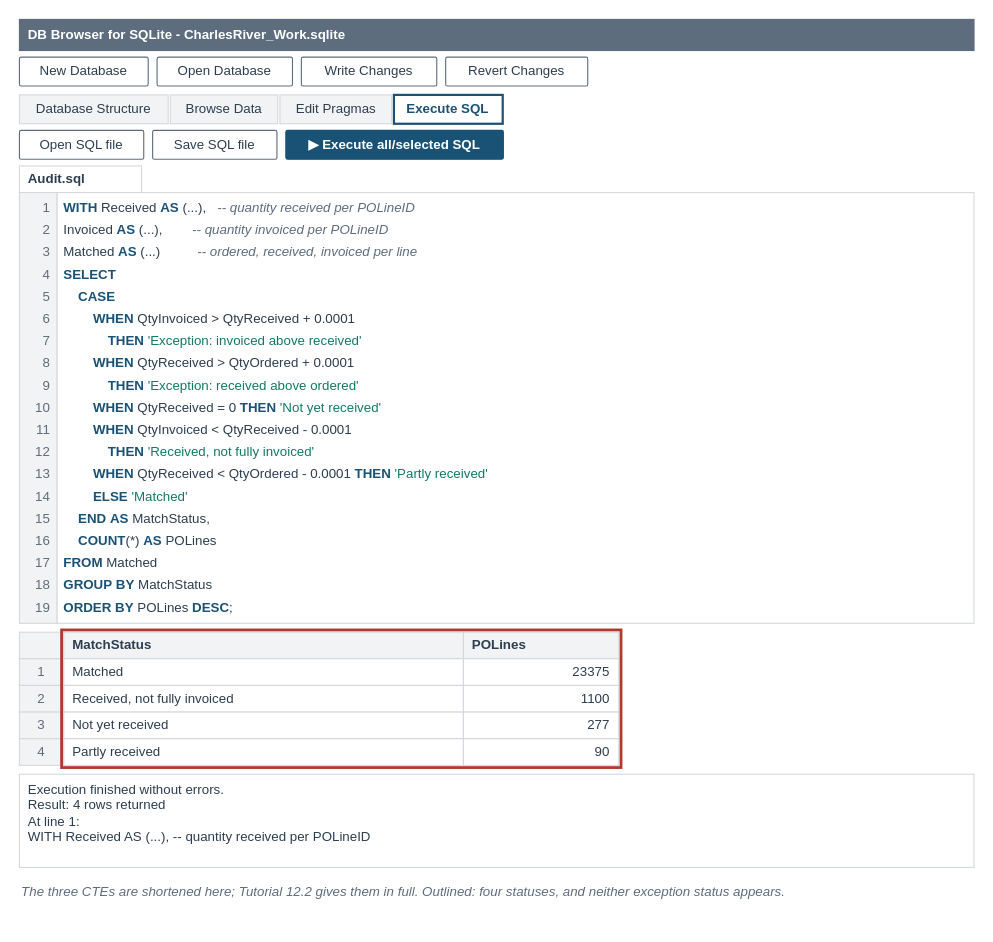
mmcodesso/Accounting_Analytics_Book keeps this draw.io diagram as visuals/src/fig-12-04-three-way-match-status.drawio. Above is the earlier version. Source tidied: cells renumbered, new cells numbered last; positions are measured from the earlier drawing's top-left corner, leaving out a move shared by most shapes. Both pictures are drawn from the tidied source at 111%, with x=0, y=0 at pixel (19, 19).
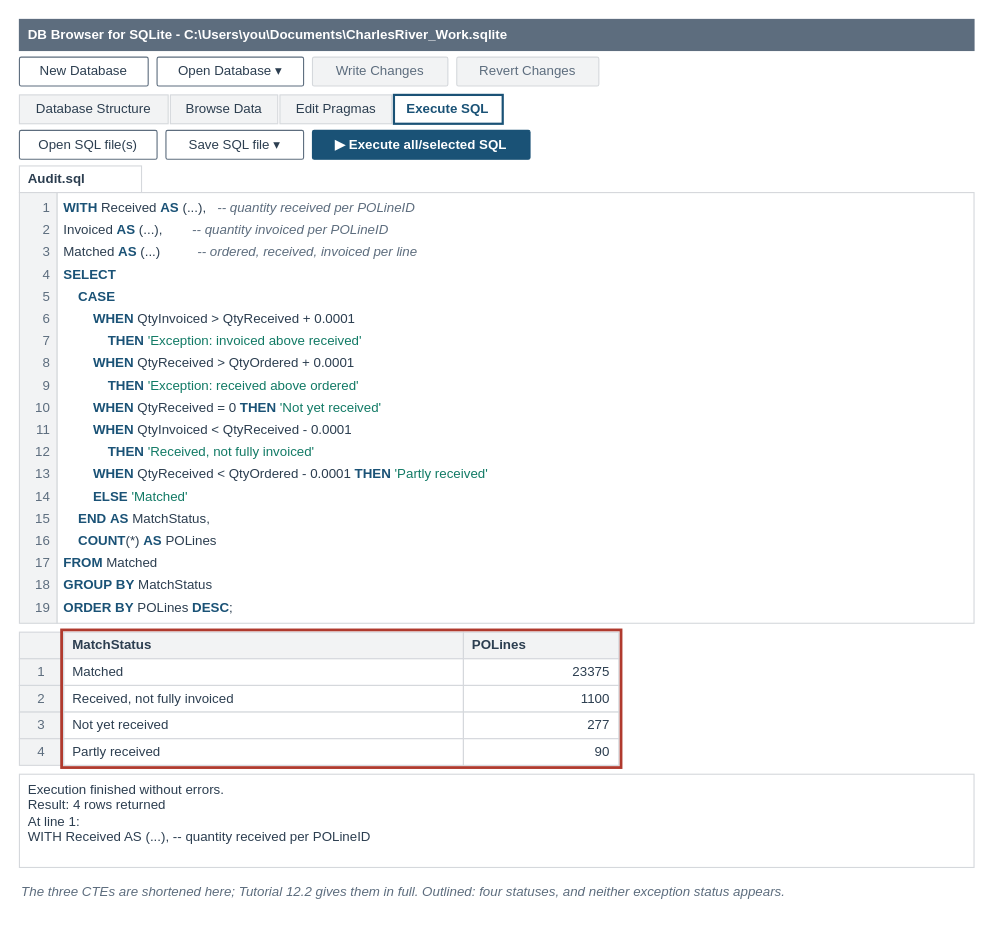
The same diagram, later.

Change to the diagram source:
```diff
@@
-    <mxCell id="3" value="&lt;b&gt;DB Browser for SQLite - CharlesRiver_Work.sqlite&lt;/b&gt;" style="rounded=0;arcSize=6;whiteSpace=wrap;html=1;fillColor=#5D6D7E;strokeColor=#5D6D7E;strokeWidth=1;fontColor=#FFFFFF;fontSize=12;fontStyle=0;align=left;verticalAlign=middle;fontFamily=Helvetica;spacingLeft=6;spacingRight=6;" parent="1" vertex="1">
+    <mxCell id="3" value="&lt;b&gt;DB Browser for SQLite - C:\Users\you\Documents\CharlesRiver_Work.sqlite&lt;/b&gt;" style="rounded=0;arcSize=6;whiteSpace=wrap;html=1;fillColor=#5D6D7E;strokeColor=#5D6D7E;strokeWidth=1;fontColor=#FFFFFF;fontSize=12;fontStyle=0;align=left;verticalAlign=middle;fontFamily=Helvetica;spacingLeft=6;spacingRight=6;" parent="1" vertex="1">
       <mxGeometry width="860" height="28" as="geometry" />
     </mxCell>
@@
-    <mxCell id="5" value="Open Database" style="rounded=1;arcSize=6;whiteSpace=wrap;html=1;fillColor=#FFFFFF;strokeColor=#5D6D7E;strokeWidth=1;fontColor=#2C3E50;fontSize=12;fontStyle=0;align=center;verticalAlign=middle;fontFamily=Helvetica;spacingLeft=6;spacingRight=6;" parent="1" vertex="1">
-      <mxGeometry x="124" y="34" width="122" height="26" as="geometry" />
+    <mxCell id="5" value="Open Database ▾" style="rounded=1;arcSize=6;whiteSpace=wrap;html=1;fillColor=#FFFFFF;strokeColor=#5D6D7E;strokeWidth=1;fontColor=#2C3E50;fontSize=12;fontStyle=0;align=center;verticalAlign=middle;fontFamily=Helvetica;spacingLeft=6;spacingRight=6;" parent="1" vertex="1">
+      <mxGeometry x="124" y="34" width="132" height="26" as="geometry" />
     </mxCell>
-    <mxCell id="6" value="Write Changes" style="rounded=1;arcSize=6;whiteSpace=wrap;html=1;fillColor=#FFFFFF;strokeColor=#5D6D7E;strokeWidth=1;fontColor=#2C3E50;fontSize=12;fontStyle=0;align=center;verticalAlign=middle;fontFamily=Helvetica;spacingLeft=6;spacingRight=6;" parent="1" vertex="1">
-      <mxGeometry x="254" y="34" width="122" height="26" as="geometry" />
+    <mxCell id="6" value="Write Changes" style="rounded=1;arcSize=6;whiteSpace=wrap;html=1;fillColor=#F2F3F4;strokeColor=#D5D8DC;strokeWidth=1;fontColor=#5D6D7E;fontSize=12;fontStyle=0;align=center;verticalAlign=middle;fontFamily=Helvetica;spacingLeft=6;spacingRight=6;" parent="1" vertex="1">
+      <mxGeometry x="264" y="34" width="122" height="26" as="geometry" />
     </mxCell>
-    <mxCell id="7" value="Revert Changes" style="rounded=1;arcSize=6;whiteSpace=wrap;html=1;fillColor=#FFFFFF;strokeColor=#5D6D7E;strokeWidth=1;fontColor=#2C3E50;fontSize=12;fontStyle=0;align=center;verticalAlign=middle;fontFamily=Helvetica;spacingLeft=6;spacingRight=6;" parent="1" vertex="1">
-      <mxGeometry x="384" y="34" width="128" height="26" as="geometry" />
+    <mxCell id="7" value="Revert Changes" style="rounded=1;arcSize=6;whiteSpace=wrap;html=1;fillColor=#F2F3F4;strokeColor=#D5D8DC;strokeWidth=1;fontColor=#5D6D7E;fontSize=12;fontStyle=0;align=center;verticalAlign=middle;fontFamily=Helvetica;spacingLeft=6;spacingRight=6;" parent="1" vertex="1">
+      <mxGeometry x="394" y="34" width="128" height="26" as="geometry" />
     </mxCell>
@@
-    <mxCell id="12" value="Open SQL file" style="rounded=1;arcSize=6;whiteSpace=wrap;html=1;fillColor=#FFFFFF;strokeColor=#5D6D7E;strokeWidth=1;fontColor=#2C3E50;fontSize=12;fontStyle=0;align=center;verticalAlign=middle;fontFamily=Helvetica;spacingLeft=6;spacingRight=6;" parent="1" vertex="1">
-      <mxGeometry y="100" width="112" height="26" as="geometry" />
+    <mxCell id="12" value="Open SQL file(s)" style="rounded=1;arcSize=6;whiteSpace=wrap;html=1;fillColor=#FFFFFF;strokeColor=#5D6D7E;strokeWidth=1;fontColor=#2C3E50;fontSize=12;fontStyle=0;align=center;verticalAlign=middle;fontFamily=Helvetica;spacingLeft=6;spacingRight=6;" parent="1" vertex="1">
+      <mxGeometry y="100" width="124" height="26" as="geometry" />
     </mxCell>
-    <mxCell id="13" value="Save SQL file" style="rounded=1;arcSize=6;whiteSpace=wrap;html=1;fillColor=#FFFFFF;strokeColor=#5D6D7E;strokeWidth=1;fontColor=#2C3E50;fontSize=12;fontStyle=0;align=center;verticalAlign=middle;fontFamily=Helvetica;spacingLeft=6;spacingRight=6;" parent="1" vertex="1">
-      <mxGeometry x="120" y="100" width="112" height="26" as="geometry" />
+    <mxCell id="13" value="Save SQL file ▾" style="rounded=1;arcSize=6;whiteSpace=wrap;html=1;fillColor=#FFFFFF;strokeColor=#5D6D7E;strokeWidth=1;fontColor=#2C3E50;fontSize=12;fontStyle=0;align=center;verticalAlign=middle;fontFamily=Helvetica;spacingLeft=6;spacingRight=6;" parent="1" vertex="1">
+      <mxGeometry x="132" y="100" width="124" height="26" as="geometry" />
     </mxCell>
     <mxCell id="14" value="&lt;b&gt;▶ Execute all/selected SQL&lt;/b&gt;" style="rounded=1;arcSize=6;whiteSpace=wrap;html=1;fillColor=#1A5276;strokeColor=#1A5276;strokeWidth=1;fontColor=#FFFFFF;fontSize=12;fontStyle=0;align=center;verticalAlign=middle;fontFamily=Helvetica;spacingLeft=6;spacingRight=6;" parent="1" vertex="1">
-      <mxGeometry x="240" y="100" width="196" height="26" as="geometry" />
+      <mxGeometry x="264" y="100" width="196" height="26" as="geometry" />
     </mxCell>
```
